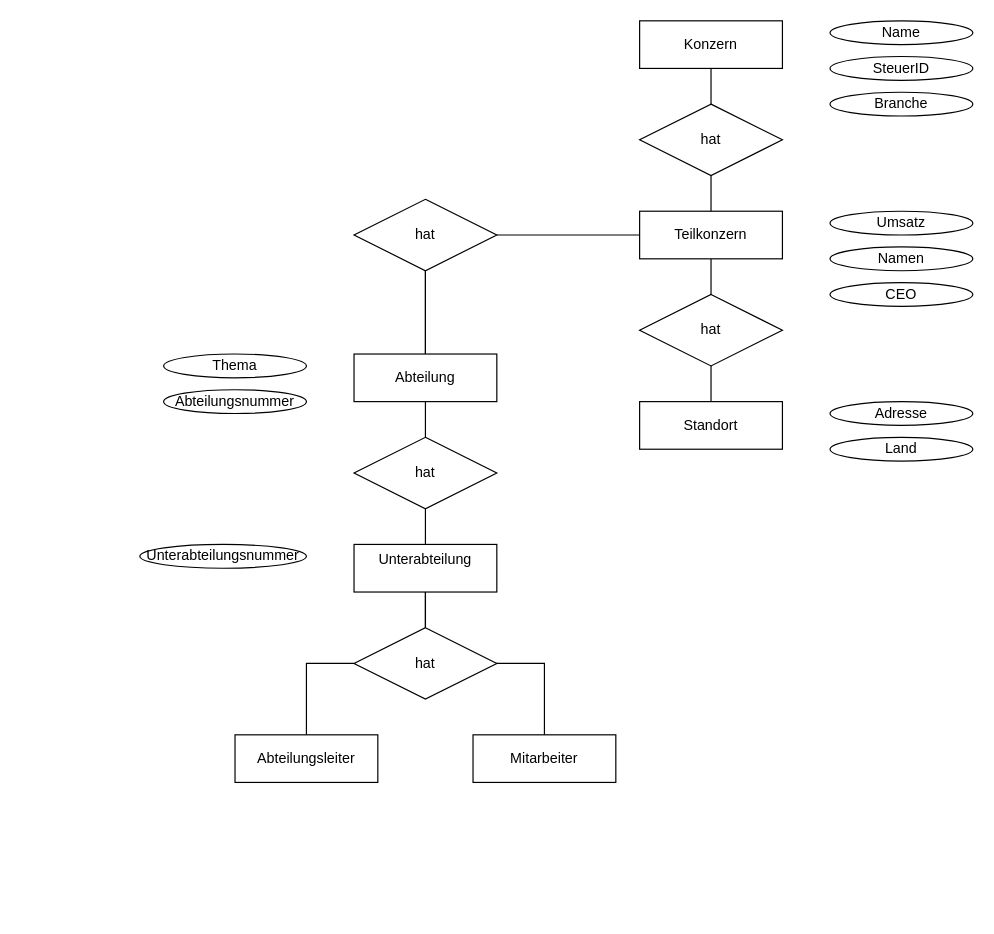
Above: 01-05 ER, XML und Klassendiagramm/Aufgabe01/Aufgabe01.drawio in R4Tobi/modellierung (draw.io), before the change. Source tidied: cells renumbered, new cells numbered last; positions are measured from the earlier drawing's top-left corner, leaving out a move shared by most shapes. Both pictures are drawn from the tidied source at 119%, with x=0, y=0 at pixel (139, 20).
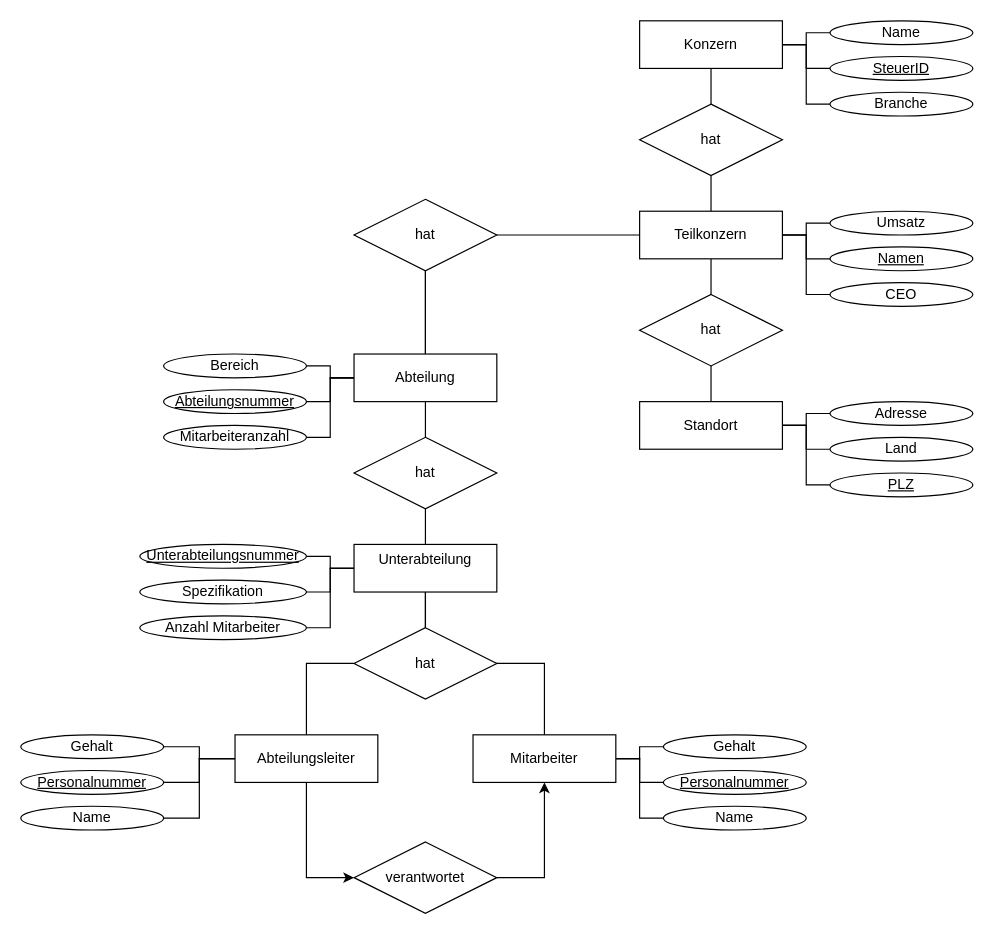
The same diagram, later.

The change refers to these unchanged cells:
```xml
<mxCell id="3" value="Konzern" style="rounded=0;whiteSpace=wrap;html=1;" parent="1" vertex="1">
  <mxGeometry x="420" width="120" height="40" as="geometry" />
</mxCell>
<mxCell id="6" value="Teilkonzern" style="rounded=0;whiteSpace=wrap;html=1;" parent="1" vertex="1">
  <mxGeometry x="420" y="160" width="120" height="40" as="geometry" />
</mxCell>
<mxCell id="7" value="Mitarbeiter" style="rounded=0;whiteSpace=wrap;html=1;" parent="1" vertex="1">
  <mxGeometry x="280" y="600" width="120" height="40" as="geometry" />
</mxCell>
<mxCell id="10" value="Unterabteilung&lt;div&gt;&lt;br/&gt;&lt;/div&gt;" style="rounded=0;whiteSpace=wrap;html=1;" parent="1" vertex="1">
  <mxGeometry x="180" y="440" width="120" height="40" as="geometry" />
</mxCell>
<mxCell id="12" value="Abteilung" style="rounded=0;whiteSpace=wrap;html=1;" parent="1" vertex="1">
  <mxGeometry x="180" y="280" width="120" height="40" as="geometry" />
</mxCell>
<mxCell id="13" value="Standort" style="rounded=0;whiteSpace=wrap;html=1;" parent="1" vertex="1">
  <mxGeometry x="420" y="320" width="120" height="40" as="geometry" />
</mxCell>
<mxCell id="14" value="Abteilungsleiter" style="rounded=0;whiteSpace=wrap;html=1;" parent="1" vertex="1">
  <mxGeometry x="80" y="600" width="120" height="40" as="geometry" />
</mxCell>
<mxCell id="24" value="Branche" style="ellipse;whiteSpace=wrap;html=1;" parent="1" vertex="1">
  <mxGeometry x="580" y="60" width="120" height="20" as="geometry" />
</mxCell>
<mxCell id="26" value="Name" style="ellipse;whiteSpace=wrap;html=1;" parent="1" vertex="1">
  <mxGeometry x="580" width="120" height="20" as="geometry" />
</mxCell>
<mxCell id="28" value="Land" style="ellipse;whiteSpace=wrap;html=1;" parent="1" vertex="1">
  <mxGeometry x="580" y="350" width="120" height="20" as="geometry" />
</mxCell>
<mxCell id="29" value="Adresse" style="ellipse;whiteSpace=wrap;html=1;" parent="1" vertex="1">
  <mxGeometry x="580" y="320" width="120" height="20" as="geometry" />
</mxCell>
<mxCell id="30" value="CEO" style="ellipse;whiteSpace=wrap;html=1;" parent="1" vertex="1">
  <mxGeometry x="580" y="220" width="120" height="20" as="geometry" />
</mxCell>
<mxCell id="32" value="Umsatz" style="ellipse;whiteSpace=wrap;html=1;" parent="1" vertex="1">
  <mxGeometry x="580" y="160" width="120" height="20" as="geometry" />
</mxCell>
```

What changed in the source:
```diff
@@
+    <mxCell id="35" style="edgeStyle=orthogonalEdgeStyle;rounded=0;jettySize=auto;html=1;entryX=0;entryY=0.5;entryDx=0;entryDy=0;endArrow=none;endFill=0;" parent="1" edge="1" source="3" target="26">
+      <mxGeometry relative="1" as="geometry" />
+    </mxCell>
+    <mxCell id="36" style="edgeStyle=orthogonalEdgeStyle;rounded=0;jettySize=auto;html=1;entryX=0;entryY=0.5;entryDx=0;entryDy=0;endArrow=none;endFill=0;" parent="1" edge="1" source="3" target="25">
+      <mxGeometry relative="1" as="geometry" />
+    </mxCell>
+    <mxCell id="37" style="edgeStyle=orthogonalEdgeStyle;rounded=0;jettySize=auto;html=1;entryX=0;entryY=0.5;entryDx=0;entryDy=0;endArrow=none;endFill=0;" parent="1" edge="1" source="3" target="24">
+      <mxGeometry relative="1" as="geometry" />
+    </mxCell>
@@
+    <mxCell id="38" style="edgeStyle=orthogonalEdgeStyle;rounded=0;jettySize=auto;html=1;entryX=0;entryY=0.5;entryDx=0;entryDy=0;endArrow=none;endFill=0;" parent="1" edge="1" source="6" target="31">
+      <mxGeometry relative="1" as="geometry" />
+    </mxCell>
+    <mxCell id="39" style="edgeStyle=orthogonalEdgeStyle;rounded=0;jettySize=auto;html=1;entryX=0;entryY=0.5;entryDx=0;entryDy=0;endArrow=none;endFill=0;" parent="1" edge="1" source="6" target="30">
+      <mxGeometry relative="1" as="geometry" />
+    </mxCell>
@@
+    <mxCell id="40" style="edgeStyle=orthogonalEdgeStyle;rounded=0;jettySize=auto;html=1;entryX=0;entryY=0.5;entryDx=0;entryDy=0;endArrow=none;endFill=0;" parent="1" edge="1" source="7" target="66">
+      <mxGeometry relative="1" as="geometry" />
+    </mxCell>
+    <mxCell id="41" style="edgeStyle=orthogonalEdgeStyle;rounded=0;jettySize=auto;html=1;entryX=0;entryY=0.5;entryDx=0;entryDy=0;endArrow=none;endFill=0;" parent="1" edge="1" source="7" target="65">
+      <mxGeometry relative="1" as="geometry" />
+    </mxCell>
+    <mxCell id="42" style="edgeStyle=orthogonalEdgeStyle;rounded=0;jettySize=auto;html=1;entryX=0;entryY=0.5;entryDx=0;entryDy=0;endArrow=none;endFill=0;" parent="1" edge="1" source="7" target="64">
+      <mxGeometry relative="1" as="geometry" />
+    </mxCell>
@@
+    <mxCell id="43" style="edgeStyle=orthogonalEdgeStyle;rounded=0;jettySize=auto;html=1;entryX=1;entryY=0.5;entryDx=0;entryDy=0;endArrow=none;endFill=0;" parent="1" edge="1" source="10" target="27">
+      <mxGeometry relative="1" as="geometry" />
+    </mxCell>
+    <mxCell id="44" style="edgeStyle=orthogonalEdgeStyle;rounded=0;jettySize=auto;html=1;entryX=1;entryY=0.5;entryDx=0;entryDy=0;endArrow=none;endFill=0;" parent="1" edge="1" source="10" target="59">
+      <mxGeometry relative="1" as="geometry" />
+    </mxCell>
+    <mxCell id="45" style="edgeStyle=orthogonalEdgeStyle;rounded=0;jettySize=auto;html=1;entryX=1;entryY=0.5;entryDx=0;entryDy=0;endArrow=none;endFill=0;" parent="1" edge="1" source="10" target="60">
+      <mxGeometry relative="1" as="geometry" />
+    </mxCell>
@@
+    <mxCell id="46" style="edgeStyle=orthogonalEdgeStyle;rounded=0;jettySize=auto;html=1;entryX=1;entryY=0.5;entryDx=0;entryDy=0;endArrow=none;endFill=0;" parent="1" edge="1" source="12" target="34">
+      <mxGeometry relative="1" as="geometry" />
+    </mxCell>
+    <mxCell id="47" style="edgeStyle=orthogonalEdgeStyle;rounded=0;jettySize=auto;html=1;entryX=1;entryY=0.5;entryDx=0;entryDy=0;endArrow=none;endFill=0;" parent="1" edge="1" source="12" target="58">
+      <mxGeometry relative="1" as="geometry" />
+    </mxCell>
@@
+    <mxCell id="48" style="edgeStyle=orthogonalEdgeStyle;rounded=0;jettySize=auto;html=1;entryX=0;entryY=0.5;entryDx=0;entryDy=0;endArrow=none;endFill=0;" parent="1" edge="1" source="13" target="28">
+      <mxGeometry relative="1" as="geometry" />
+    </mxCell>
+    <mxCell id="49" style="edgeStyle=orthogonalEdgeStyle;rounded=0;jettySize=auto;html=1;entryX=0;entryY=0.5;entryDx=0;entryDy=0;endArrow=none;endFill=0;" parent="1" edge="1" source="13" target="56">
+      <mxGeometry relative="1" as="geometry" />
+    </mxCell>
@@
+    <mxCell id="50" style="edgeStyle=orthogonalEdgeStyle;rounded=0;jettySize=auto;html=1;entryX=0;entryY=0.5;entryDx=0;entryDy=0;" parent="1" edge="1" source="14" target="68">
+      <mxGeometry relative="1" as="geometry" />
+    </mxCell>
+    <mxCell id="51" style="edgeStyle=orthogonalEdgeStyle;rounded=0;jettySize=auto;html=1;entryX=1;entryY=0.5;entryDx=0;entryDy=0;endArrow=none;endFill=0;" parent="1" edge="1" source="14" target="63">
+      <mxGeometry relative="1" as="geometry" />
+    </mxCell>
+    <mxCell id="52" style="edgeStyle=orthogonalEdgeStyle;rounded=0;jettySize=auto;html=1;entryX=1;entryY=0.5;entryDx=0;entryDy=0;endArrow=none;endFill=0;" parent="1" edge="1" source="14" target="62">
+      <mxGeometry relative="1" as="geometry" />
+    </mxCell>
+    <mxCell id="53" style="edgeStyle=orthogonalEdgeStyle;rounded=0;jettySize=auto;html=1;entryX=1;entryY=0.5;entryDx=0;entryDy=0;endArrow=none;endFill=0;" parent="1" edge="1" source="14" target="61">
+      <mxGeometry relative="1" as="geometry" />
+    </mxCell>
@@
-    <mxCell id="25" value="SteuerID" style="ellipse;whiteSpace=wrap;html=1;" parent="1" vertex="1">
+    <mxCell id="25" value="&lt;u&gt;SteuerID&lt;/u&gt;" style="ellipse;whiteSpace=wrap;html=1;" parent="1" vertex="1">
       <mxGeometry x="580" y="30" width="120" height="20" as="geometry" />
     </mxCell>
@@
-    <mxCell id="27" value="Unterabteilungsnummer" style="ellipse;whiteSpace=wrap;html=1;" parent="1" vertex="1">
+    <mxCell id="27" value="&lt;u&gt;Unterabteilungsnummer&lt;/u&gt;" style="ellipse;whiteSpace=wrap;html=1;" parent="1" vertex="1">
       <mxGeometry y="440" width="140" height="20" as="geometry" />
     </mxCell>
@@
-    <mxCell id="31" value="Namen" style="ellipse;whiteSpace=wrap;html=1;" parent="1" vertex="1">
+    <mxCell id="31" value="&lt;u&gt;Namen&lt;/u&gt;" style="ellipse;whiteSpace=wrap;html=1;" parent="1" vertex="1">
       <mxGeometry x="580" y="190" width="120" height="20" as="geometry" />
     </mxCell>
@@
-    <mxCell id="33" value="Abteilungsnummer" style="ellipse;whiteSpace=wrap;html=1;" parent="1" vertex="1">
+    <mxCell id="33" value="&lt;u&gt;Abteilungsnummer&lt;/u&gt;" style="ellipse;whiteSpace=wrap;html=1;" parent="1" vertex="1">
       <mxGeometry x="20" y="310" width="120" height="20" as="geometry" />
     </mxCell>
-    <mxCell id="34" value="Thema" style="ellipse;whiteSpace=wrap;html=1;" parent="1" vertex="1">
+    <mxCell id="34" value="Bereich" style="ellipse;whiteSpace=wrap;html=1;" parent="1" vertex="1">
       <mxGeometry x="20" y="280" width="120" height="20" as="geometry" />
     </mxCell>
+    <mxCell id="54" style="edgeStyle=orthogonalEdgeStyle;rounded=0;jettySize=auto;html=1;entryX=0;entryY=0.5;entryDx=0;entryDy=0;endArrow=none;endFill=0;" parent="1" edge="1" source="6" target="32">
+      <mxGeometry relative="1" as="geometry" />
+    </mxCell>
+    <mxCell id="55" style="edgeStyle=orthogonalEdgeStyle;rounded=0;jettySize=auto;html=1;entryX=0;entryY=0.5;entryDx=0;entryDy=0;endArrow=none;endFill=0;" parent="1" edge="1" source="13" target="29">
+      <mxGeometry relative="1" as="geometry" />
+    </mxCell>
+    <mxCell id="56" value="&lt;u&gt;PLZ&lt;/u&gt;" style="ellipse;whiteSpace=wrap;html=1;" parent="1" vertex="1">
+      <mxGeometry x="580" y="380" width="120" height="20" as="geometry" />
+    </mxCell>
+    <mxCell id="57" style="edgeStyle=orthogonalEdgeStyle;rounded=0;jettySize=auto;html=1;entryX=1;entryY=0.5;entryDx=0;entryDy=0;endArrow=none;endFill=0;" parent="1" edge="1" source="12" target="33">
+      <mxGeometry relative="1" as="geometry" />
+    </mxCell>
+    <mxCell id="58" value="Mitarbeiteranzahl" style="ellipse;whiteSpace=wrap;html=1;" parent="1" vertex="1">
+      <mxGeometry x="20" y="340" width="120" height="20" as="geometry" />
+    </mxCell>
+    <mxCell id="59" value="Spezifikation" style="ellipse;whiteSpace=wrap;html=1;" parent="1" vertex="1">
+      <mxGeometry y="470" width="140" height="20" as="geometry" />
+    </mxCell>
+    <mxCell id="60" value="Anzahl Mitarbeiter" style="ellipse;whiteSpace=wrap;html=1;" parent="1" vertex="1">
+      <mxGeometry y="500" width="140" height="20" as="geometry" />
+    </mxCell>
+    <mxCell id="61" value="Name" style="ellipse;whiteSpace=wrap;html=1;" parent="1" vertex="1">
+      <mxGeometry x="-100" y="660" width="120" height="20" as="geometry" />
+    </mxCell>
+    <mxCell id="62" value="&lt;u&gt;Personalnummer&lt;/u&gt;" style="ellipse;whiteSpace=wrap;html=1;" parent="1" vertex="1">
+      <mxGeometry x="-100" y="630" width="120" height="20" as="geometry" />
+    </mxCell>
+    <mxCell id="63" value="Gehalt" style="ellipse;whiteSpace=wrap;html=1;" parent="1" vertex="1">
+      <mxGeometry x="-100" y="600" width="120" height="20" as="geometry" />
+    </mxCell>
+    <mxCell id="64" value="Name" style="ellipse;whiteSpace=wrap;html=1;" parent="1" vertex="1">
+      <mxGeometry x="440" y="660" width="120" height="20" as="geometry" />
+    </mxCell>
+    <mxCell id="65" value="&lt;u&gt;Personalnummer&lt;/u&gt;" style="ellipse;whiteSpace=wrap;html=1;" parent="1" vertex="1">
+      <mxGeometry x="440" y="630" width="120" height="20" as="geometry" />
+    </mxCell>
+    <mxCell id="66" value="Gehalt" style="ellipse;whiteSpace=wrap;html=1;" parent="1" vertex="1">
+      <mxGeometry x="440" y="600" width="120" height="20" as="geometry" />
+    </mxCell>
+    <mxCell id="67" style="edgeStyle=orthogonalEdgeStyle;rounded=0;jettySize=auto;html=1;entryX=0.5;entryY=1;entryDx=0;entryDy=0;exitX=1;exitY=0.5;exitDx=0;exitDy=0;" parent="1" edge="1" source="68" target="7">
+      <mxGeometry relative="1" as="geometry" />
+    </mxCell>
+    <mxCell id="68" value="verantwortet" style="rhombus;whiteSpace=wrap;html=1;" parent="1" vertex="1">
+      <mxGeometry x="180" y="690" width="120" height="60" as="geometry" />
+    </mxCell>
```
